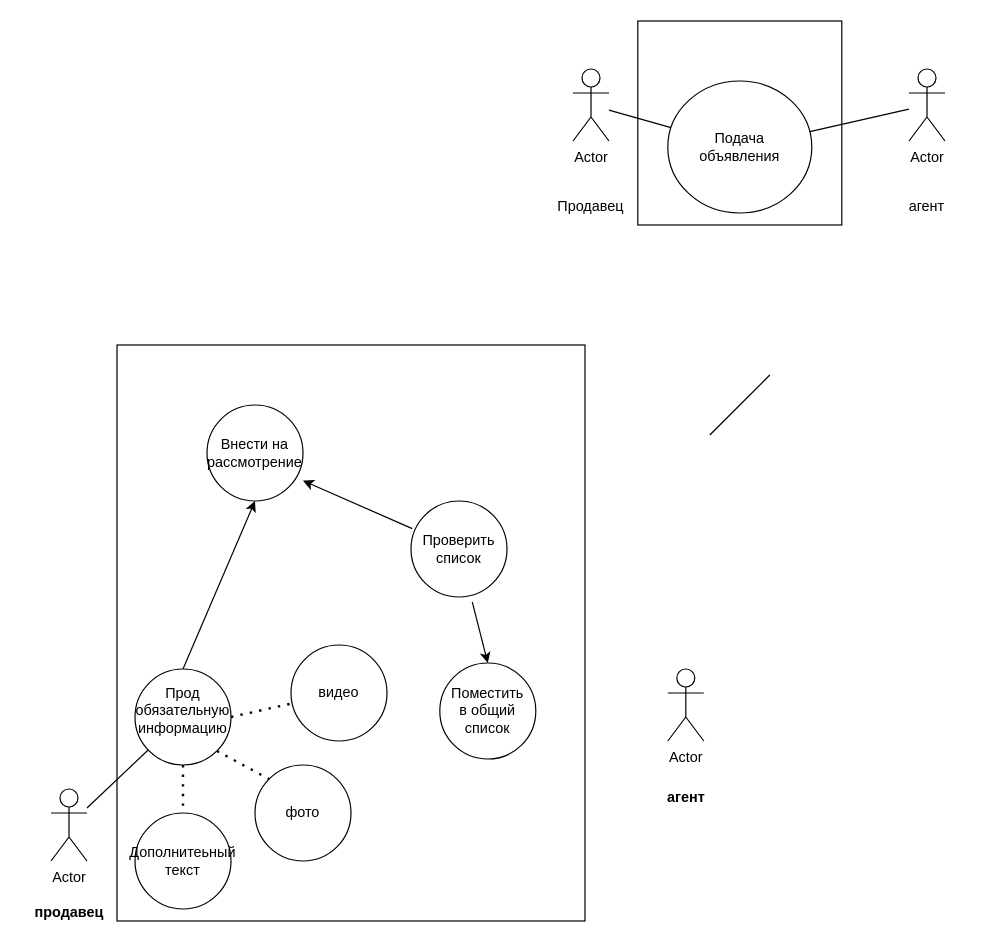
Earlier version of the draw.io diagram Диаграмма без названия.drawio (DarkMoonLi/-). Source tidied: cells renumbered, new cells numbered last; positions are measured from the earlier drawing's top-left corner, leaving out a move shared by most shapes. Both pictures are drawn from the tidied source at 120%, with x=0, y=0 at pixel (20, 20).
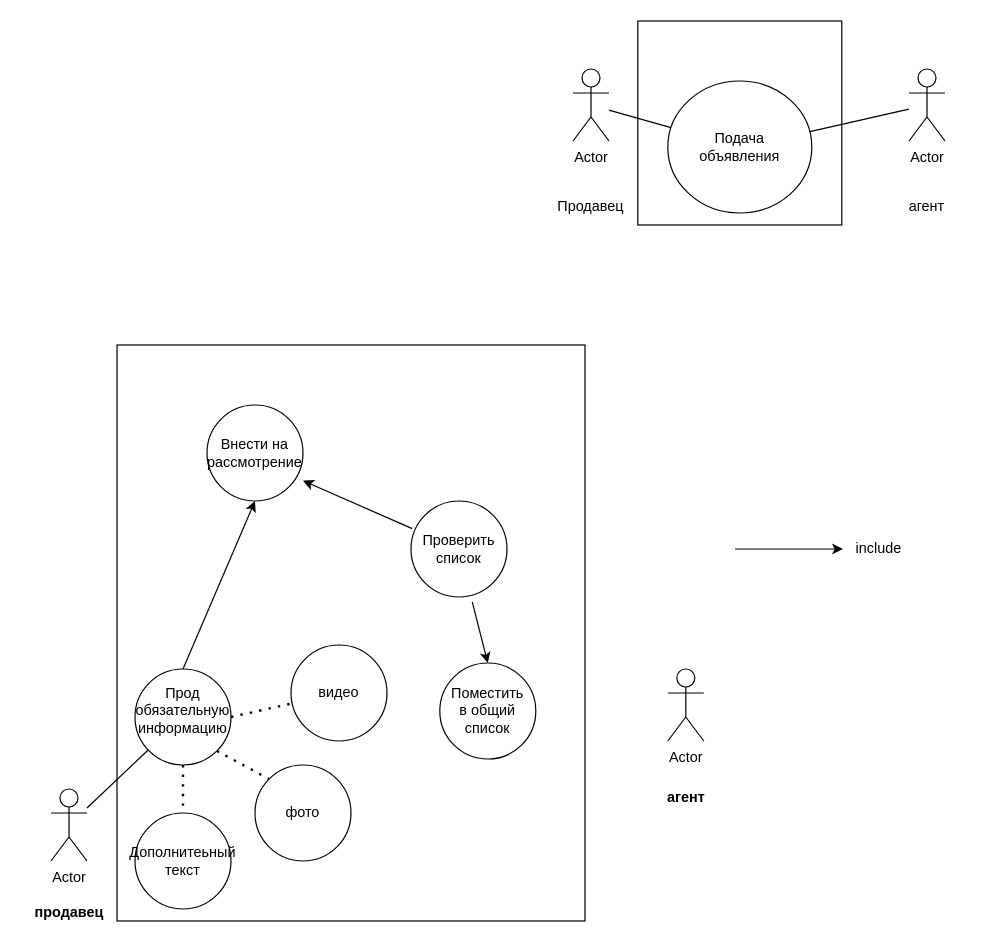
The same page after the edit.

What changed in the source:
```diff
@@
-    <mxCell id="15" style="endArrow=none;html=1;rounded=0;" parent="1" edge="1">
-      <mxGeometry relative="1" as="geometry">
-        <mxPoint x="574" y="345" as="sourcePoint" />
-        <mxPoint x="624" y="295" as="targetPoint" />
-      </mxGeometry>
-    </mxCell>
@@
+    <mxCell id="38" style="endArrow=classic;html=1;rounded=0;" parent="1" edge="1" target="39">
+      <mxGeometry relative="1" as="geometry">
+        <mxPoint x="595" y="440" as="sourcePoint" />
+      </mxGeometry>
+    </mxCell>
+    <mxCell id="39" value="include" style="text;html=1;strokeColor=none;fillColor=none;align=center;verticalAlign=middle;whiteSpace=wrap;rounded=0;" parent="1" vertex="1">
+      <mxGeometry x="685" y="425" width="60" height="30" as="geometry" />
+    </mxCell>
```
